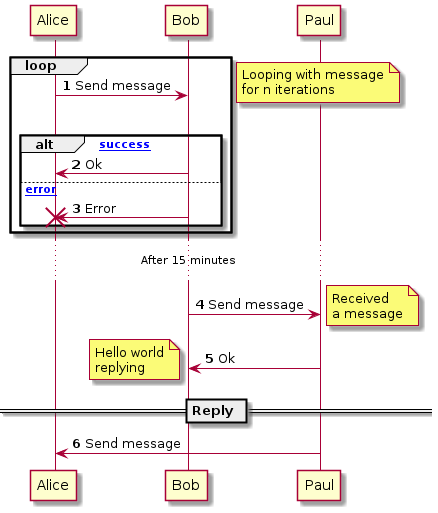
Earlier version of the PlantUML export generated/images/sequence/example-sequence.png (codersparks-old/wiki-plantuml-test).
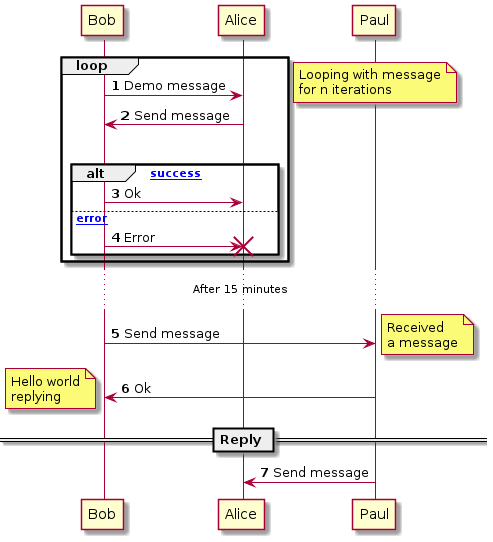
Above is the later version.

Change to the diagram source:
```diff
@@ -3,6 +3,7 @@
 
 
 loop
+  Bob -> Alice       : Demo message
   Alice -> Bob       : Send message
   |||
   alt [success]
```
